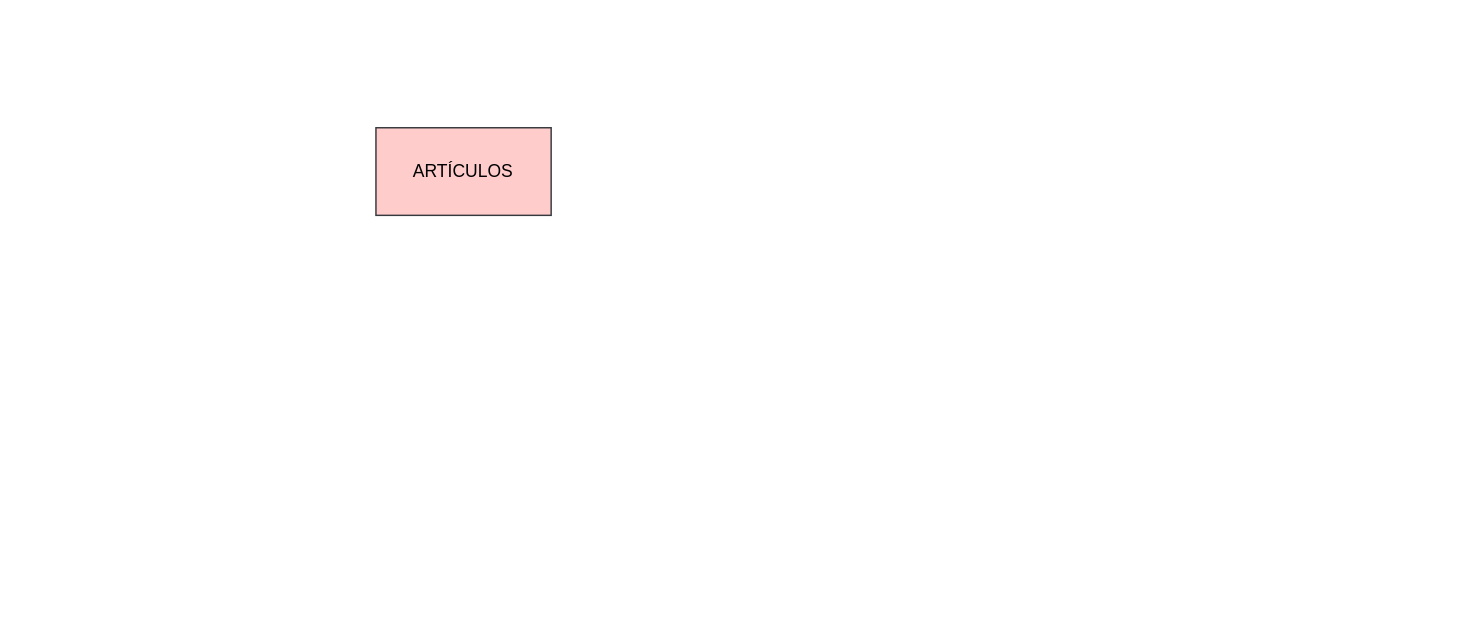
Before: Diagrama sin título.drawio in Paula424/Bases_De_Datos, a draw.io diagram. Source tidied: cells renumbered, new cells numbered last; positions are measured from the earlier drawing's top-left corner, leaving out a move shared by most shapes. Both pictures are drawn from the tidied source at 146%, with x=0, y=0 at pixel (375, 127).
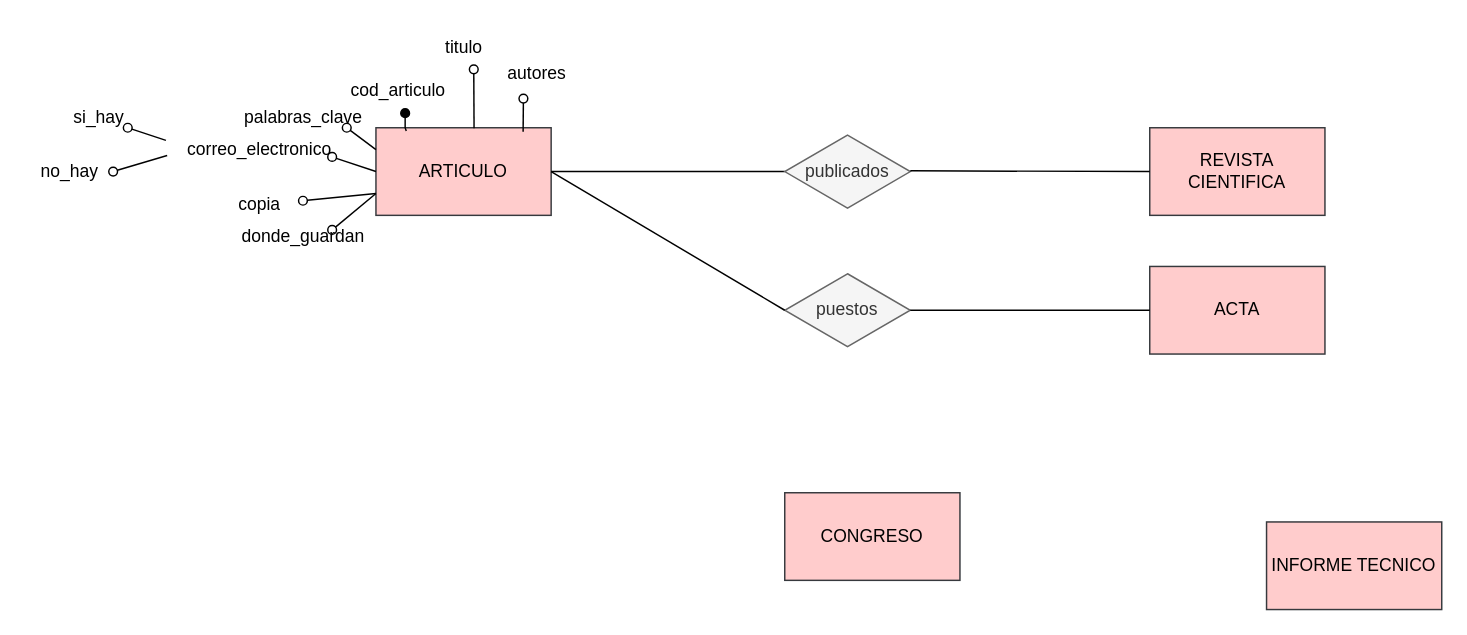
Above is the later version.

Diff of the diagram source:
```diff
@@
-    <mxCell id="2" value="ARTÍCULOS" style="rounded=0;whiteSpace=wrap;html=1;fillColor=#ffcccc;strokeColor=#36393d;" parent="1" vertex="1">
+    <mxCell id="2" value="ARTICULO" style="rounded=0;whiteSpace=wrap;html=1;fillColor=#ffcccc;strokeColor=#36393d;" parent="1" vertex="1">
       <mxGeometry width="120" height="60" as="geometry" />
     </mxCell>
+    <mxCell id="3" value="INFORME TECNICO" style="rounded=0;whiteSpace=wrap;html=1;fillColor=#ffcccc;strokeColor=#36393d;" parent="1" vertex="1">
+      <mxGeometry x="610" y="270" width="120" height="60" as="geometry" />
+    </mxCell>
+    <mxCell id="4" value="ACTA" style="rounded=0;whiteSpace=wrap;html=1;fillColor=#ffcccc;strokeColor=#36393d;" parent="1" vertex="1">
+      <mxGeometry x="530" y="95" width="120" height="60" as="geometry" />
+    </mxCell>
+    <mxCell id="5" value="REVISTA CIENTIFICA" style="rounded=0;whiteSpace=wrap;html=1;fillColor=#ffcccc;strokeColor=#36393d;" parent="1" vertex="1">
+      <mxGeometry x="530" width="120" height="60" as="geometry" />
+    </mxCell>
+    <mxCell id="6" value="CONGRESO" style="rounded=0;whiteSpace=wrap;html=1;fillColor=#ffcccc;strokeColor=#36393d;" parent="1" vertex="1">
+      <mxGeometry x="280" y="250" width="120" height="60" as="geometry" />
+    </mxCell>
+    <mxCell id="7" style="endArrow=oval;html=1;rounded=0;exitX=0.173;exitY=0.037;exitDx=0;exitDy=0;exitPerimeter=0;endFill=1;" parent="1" edge="1" source="2">
+      <mxGeometry relative="1" as="geometry">
+        <mxPoint x="20" y="-10" as="targetPoint" />
+        <Array as="points">
+          <mxPoint x="20" />
+        </Array>
+      </mxGeometry>
+    </mxCell>
+    <mxCell id="8" value="cod_articulo" style="text;html=1;align=center;verticalAlign=middle;strokeColor=none;fillColor=none;" parent="1" vertex="1">
+      <mxGeometry x="-30" y="-40" width="90" height="30" as="geometry" />
+    </mxCell>
+    <mxCell id="9" style="endArrow=oval;html=1;rounded=0;exitX=0.56;exitY=0.007;exitDx=0;exitDy=0;exitPerimeter=0;endFill=0;" parent="1" edge="1" source="2">
+      <mxGeometry relative="1" as="geometry">
+        <mxPoint x="67" y="-40" as="targetPoint" />
+      </mxGeometry>
+    </mxCell>
+    <mxCell id="10" value="titulo" style="text;html=1;align=center;verticalAlign=middle;strokeColor=none;fillColor=none;" parent="1" vertex="1">
+      <mxGeometry x="35" y="-70" width="50" height="30" as="geometry" />
+    </mxCell>
+    <mxCell id="11" style="endArrow=oval;html=1;rounded=0;exitX=0.84;exitY=0.047;exitDx=0;exitDy=0;exitPerimeter=0;endFill=0;" parent="1" edge="1" source="2">
+      <mxGeometry relative="1" as="geometry">
+        <mxPoint x="101" y="-20" as="targetPoint" />
+      </mxGeometry>
+    </mxCell>
+    <mxCell id="12" value="autores" style="text;html=1;align=center;verticalAlign=middle;strokeColor=none;fillColor=none;" parent="1" vertex="1">
+      <mxGeometry x="80" y="-52" width="60" height="30" as="geometry" />
+    </mxCell>
+    <mxCell id="13" style="endArrow=oval;html=1;rounded=0;exitX=0;exitY=0.25;exitDx=0;exitDy=0;endFill=0;" parent="1" edge="1" source="2">
+      <mxGeometry relative="1" as="geometry">
+        <mxPoint x="-20" as="targetPoint" />
+      </mxGeometry>
+    </mxCell>
+    <mxCell id="14" value="palabras_clave" style="text;html=1;align=center;verticalAlign=middle;strokeColor=none;fillColor=none;" parent="1" vertex="1">
+      <mxGeometry x="-100" y="-22" width="100" height="30" as="geometry" />
+    </mxCell>
+    <mxCell id="15" style="endArrow=oval;html=1;rounded=0;exitX=0;exitY=0.5;exitDx=0;exitDy=0;endFill=0;" parent="1" edge="1" source="2">
+      <mxGeometry relative="1" as="geometry">
+        <mxPoint x="-30" y="20" as="targetPoint" />
+      </mxGeometry>
+    </mxCell>
+    <mxCell id="16" value="correo_electronico" style="text;html=1;align=center;verticalAlign=middle;points=[];strokeColor=none;fillColor=none;" parent="1" vertex="1">
+      <mxGeometry x="-140" width="120" height="30" as="geometry" />
+    </mxCell>
+    <mxCell id="17" style="endArrow=oval;html=1;rounded=0;exitX=0;exitY=0.75;exitDx=0;exitDy=0;endFill=0;" parent="1" edge="1" source="2">
+      <mxGeometry relative="1" as="geometry">
+        <mxPoint x="-30" y="70" as="targetPoint" />
+      </mxGeometry>
+    </mxCell>
+    <mxCell id="18" value="donde_guardan" style="text;html=1;align=center;verticalAlign=middle;strokeColor=none;fillColor=none;" parent="1" vertex="1">
+      <mxGeometry x="-105" y="60" width="110" height="30" as="geometry" />
+    </mxCell>
+    <mxCell id="19" style="endArrow=oval;html=1;rounded=0;exitX=0;exitY=0.75;exitDx=0;exitDy=0;endFill=0;" parent="1" edge="1" source="2">
+      <mxGeometry relative="1" as="geometry">
+        <mxPoint x="-50" y="50" as="targetPoint" />
+      </mxGeometry>
+    </mxCell>
+    <mxCell id="20" value="copia" style="text;html=1;align=center;verticalAlign=middle;strokeColor=none;fillColor=none;" parent="1" vertex="1">
+      <mxGeometry x="-105" y="38" width="50" height="30" as="geometry" />
+    </mxCell>
+    <mxCell id="21" style="endArrow=oval;html=1;rounded=0;exitX=-0.032;exitY=0.287;exitDx=0;exitDy=0;exitPerimeter=0;endFill=0;" parent="1" edge="1" source="16">
+      <mxGeometry relative="1" as="geometry">
+        <mxPoint x="-170" as="targetPoint" />
+      </mxGeometry>
+    </mxCell>
+    <mxCell id="22" value="si_hay" style="text;html=1;align=center;verticalAlign=middle;strokeColor=none;fillColor=none;" parent="1" vertex="1">
+      <mxGeometry x="-220" y="-22" width="60" height="30" as="geometry" />
+    </mxCell>
+    <mxCell id="23" style="endArrow=oval;html=1;rounded=0;exitX=-0.025;exitY=0.633;exitDx=0;exitDy=0;exitPerimeter=0;endFill=0;" parent="1" edge="1" source="16">
+      <mxGeometry relative="1" as="geometry">
+        <mxPoint x="-180" y="30" as="targetPoint" />
+      </mxGeometry>
+    </mxCell>
+    <mxCell id="24" value="no_hay" style="text;html=1;align=center;verticalAlign=middle;strokeColor=none;fillColor=none;" parent="1" vertex="1">
+      <mxGeometry x="-240" y="15" width="60" height="30" as="geometry" />
+    </mxCell>
+    <mxCell id="25" style="endArrow=none;html=1;rounded=0;exitX=1;exitY=0.5;exitDx=0;exitDy=0;entryX=0;entryY=0.5;entryDx=0;entryDy=0;" parent="1" edge="1" source="2" target="26">
+      <mxGeometry relative="1" as="geometry" />
+    </mxCell>
+    <mxCell id="26" value="publicados" style="rhombus;whiteSpace=wrap;html=1;fillColor=#f5f5f5;fontColor=#333333;strokeColor=#666666;" parent="1" vertex="1">
+      <mxGeometry x="280" y="5" width="86" height="50" as="geometry" />
+    </mxCell>
+    <mxCell id="27" style="endArrow=none;html=1;rounded=0;exitX=1;exitY=0.5;exitDx=0;exitDy=0;" parent="1" edge="1">
+      <mxGeometry relative="1" as="geometry">
+        <mxPoint x="366" y="29.5" as="sourcePoint" />
+        <mxPoint x="530" y="30" as="targetPoint" />
+      </mxGeometry>
+    </mxCell>
+    <mxCell id="28" value="puestos" style="rhombus;whiteSpace=wrap;html=1;fillColor=#f5f5f5;fontColor=#333333;strokeColor=#666666;" parent="1" vertex="1">
+      <mxGeometry x="280" y="100" width="86" height="50" as="geometry" />
+    </mxCell>
+    <mxCell id="29" style="endArrow=none;html=1;rounded=0;entryX=0;entryY=0.5;entryDx=0;entryDy=0;exitX=1;exitY=0.5;exitDx=0;exitDy=0;" parent="1" edge="1" source="2" target="28">
+      <mxGeometry relative="1" as="geometry" />
+    </mxCell>
+    <mxCell id="30" style="endArrow=none;html=1;rounded=0;exitX=1;exitY=0.5;exitDx=0;exitDy=0;entryX=0;entryY=0.5;entryDx=0;entryDy=0;" parent="1" edge="1" source="28" target="4">
+      <mxGeometry relative="1" as="geometry" />
+    </mxCell>
```
